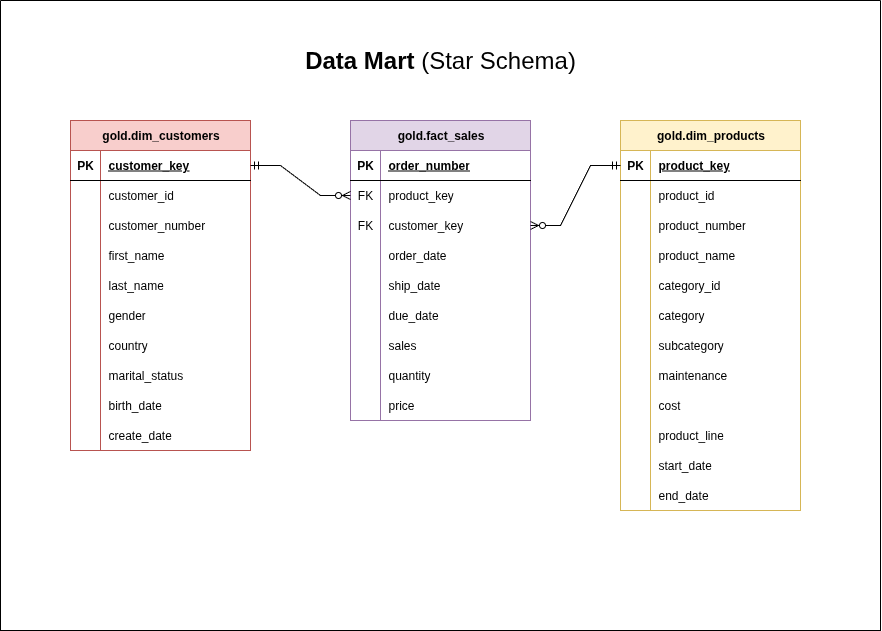
Above: docs/data-mart.png in sglkc/data-warehouse (draw.io), before the change. Source tidied: cells renumbered, new cells last; positions are measured from the earlier drawing's top-left corner, leaving out a move shared by most shapes.
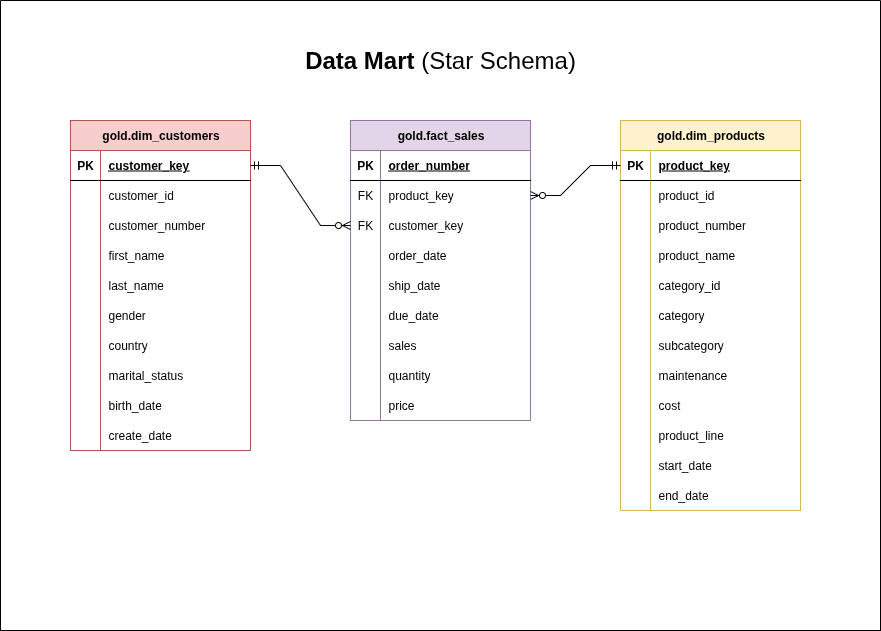
Later version of the same file.

Diff of the diagram source:
```diff
@@ -185,7 +185,7 @@
     <mxCell id="62" value="create_date" style="shape=partialRectangle;fillColor=none;top=0;left=0;bottom=0;right=0;align=left;spacingLeft=6;overflow=hidden;whiteSpace=wrap;html=1;" parent="60" vertex="1">
       <mxGeometry x="30" width="150" height="30" as="geometry" />
     </mxCell>
-    <mxCell id="63" style="edgeStyle=entityRelationEdgeStyle;fontSize=12;html=1;endArrow=ERzeroToMany;startArrow=ERmandOne;rounded=0;entryX=0;entryY=0.5;entryDx=0;entryDy=0;exitX=1;exitY=0.5;exitDx=0;exitDy=0;" parent="2" edge="1" source="33" target="8">
+    <mxCell id="63" style="edgeStyle=entityRelationEdgeStyle;fontSize=12;html=1;endArrow=ERzeroToMany;startArrow=ERmandOne;rounded=0;entryX=0;entryY=0.5;entryDx=0;entryDy=0;exitX=1;exitY=0.5;exitDx=0;exitDy=0;" parent="2" edge="1" source="33" target="11">
       <mxGeometry relative="1" as="geometry" />
     </mxCell>
     <mxCell id="64" value="gold.dim_products" style="shape=table;startSize=30;rowLines=0;fontStyle=1;align=center;html=1;fillColor=#fff2cc;strokeColor=#d6b656;" parent="2" vertex="1">
@@ -299,7 +299,7 @@
     <mxCell id="100" value="end_date" style="shape=partialRectangle;fillColor=none;top=0;left=0;bottom=0;right=0;align=left;spacingLeft=6;overflow=hidden;whiteSpace=wrap;html=1;" parent="98" vertex="1">
       <mxGeometry x="30" width="150" height="30" as="geometry" />
     </mxCell>
-    <mxCell id="101" style="edgeStyle=entityRelationEdgeStyle;fontSize=12;html=1;endArrow=ERzeroToMany;startArrow=ERmandOne;rounded=0;entryX=1;entryY=0.5;entryDx=0;entryDy=0;exitX=0;exitY=0.5;exitDx=0;exitDy=0;" parent="2" edge="1" source="65" target="11">
+    <mxCell id="101" style="edgeStyle=entityRelationEdgeStyle;fontSize=12;html=1;endArrow=ERzeroToMany;startArrow=ERmandOne;rounded=0;entryX=1;entryY=0.5;entryDx=0;entryDy=0;exitX=0;exitY=0.5;exitDx=0;exitDy=0;" parent="2" edge="1" source="65" target="8">
       <mxGeometry relative="1" as="geometry" />
     </mxCell>
   </root>
```
